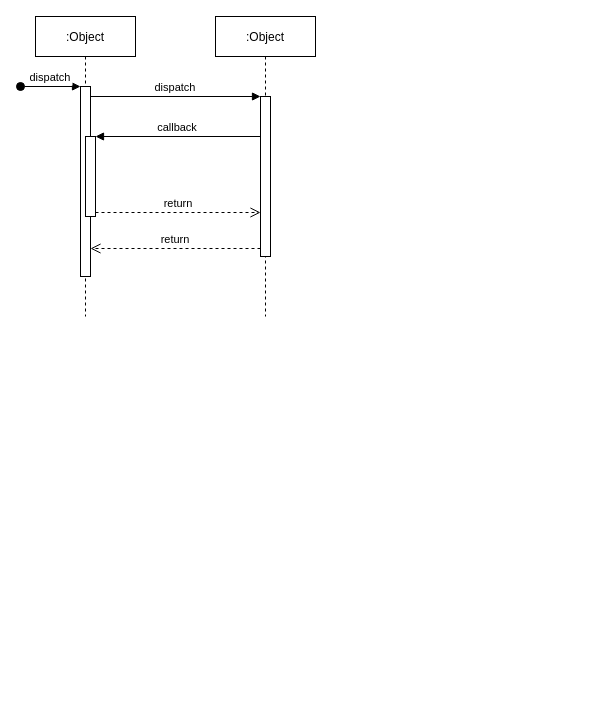
tvthieu/testmerge keeps this draw.io diagram as Untitled Diagram.drawio. Above is the earlier version. Source tidied: cells renumbered, new cells numbered last; positions are measured from the earlier drawing's top-left corner, leaving out a move shared by most shapes. Both pictures are drawn from the tidied source at 100%, with x=0, y=0 at pixel (20, 16).
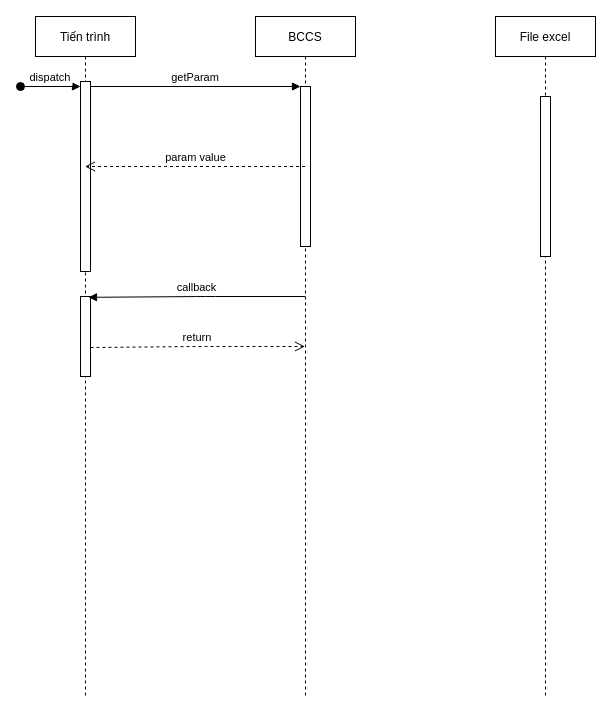
Above is the later version.

Diff of the diagram source:
```diff
@@
 <mxGraphModel>
   <root>
     <mxCell id="0" />
     <mxCell id="1" parent="0" />
-    <mxCell id="2" value=":Object" style="shape=umlLifeline;perimeter=lifelinePerimeter;rounded=0;shadow=0;strokeWidth=1;" parent="1" vertex="1">
-      <mxGeometry x="15" width="100" height="300" as="geometry" />
+    <mxCell id="2" value="Tiến trình" style="shape=umlLifeline;perimeter=lifelinePerimeter;rounded=0;shadow=0;strokeWidth=1;" parent="1" vertex="1">
+      <mxGeometry x="15" width="100" height="680" as="geometry" />
     </mxCell>
     <mxCell id="3" style="points=[];perimeter=orthogonalPerimeter;rounded=0;shadow=0;strokeWidth=1;" parent="2" vertex="1">
-      <mxGeometry x="45" y="70" width="10" height="190" as="geometry" />
+      <mxGeometry x="45" y="65" width="10" height="190" as="geometry" />
     </mxCell>
     <mxCell id="4" value="dispatch" style="verticalAlign=bottom;startArrow=oval;endArrow=block;startSize=8;shadow=0;strokeWidth=1;" parent="2" edge="1" target="3">
       <mxGeometry relative="1" as="geometry">
         <mxPoint x="-15" y="70" as="sourcePoint" />
       </mxGeometry>
     </mxCell>
     <mxCell id="5" style="points=[];perimeter=orthogonalPerimeter;rounded=0;shadow=0;strokeWidth=1;" parent="2" vertex="1">
-      <mxGeometry x="50" y="120" width="10" height="80" as="geometry" />
+      <mxGeometry x="45" y="280" width="10" height="80" as="geometry" />
     </mxCell>
-    <mxCell id="6" value=":Object" style="shape=umlLifeline;perimeter=lifelinePerimeter;rounded=0;shadow=0;strokeWidth=1;" parent="1" vertex="1">
-      <mxGeometry x="195" width="100" height="300" as="geometry" />
+    <mxCell id="6" value="BCCS" style="shape=umlLifeline;perimeter=lifelinePerimeter;rounded=0;shadow=0;strokeWidth=1;" parent="1" vertex="1">
+      <mxGeometry x="235" width="100" height="680" as="geometry" />
     </mxCell>
     <mxCell id="7" style="points=[];perimeter=orthogonalPerimeter;rounded=0;shadow=0;strokeWidth=1;" parent="6" vertex="1">
-      <mxGeometry x="45" y="80" width="10" height="160" as="geometry" />
+      <mxGeometry x="45" y="70" width="10" height="160" as="geometry" />
     </mxCell>
-    <mxCell id="8" value="return" style="verticalAlign=bottom;endArrow=open;dashed=1;endSize=8;exitX=0;exitY=0.95;shadow=0;strokeWidth=1;" parent="1" edge="1" source="7" target="3">
-      <mxGeometry relative="1" as="geometry" />
+    <mxCell id="8" value="param value" style="verticalAlign=bottom;endArrow=open;dashed=1;endSize=8;shadow=0;strokeWidth=1;" parent="1" edge="1" source="6" target="2">
+      <mxGeometry x="-0.01" relative="1" as="geometry">
+        <Array as="points">
+          <mxPoint x="155" y="150" />
+        </Array>
+      </mxGeometry>
     </mxCell>
-    <mxCell id="9" value="dispatch" style="verticalAlign=bottom;endArrow=block;entryX=0;entryY=0;shadow=0;strokeWidth=1;" parent="1" edge="1" source="3" target="7">
+    <mxCell id="9" value="getParam" style="verticalAlign=bottom;endArrow=block;entryX=0;entryY=0;shadow=0;strokeWidth=1;" parent="1" edge="1" source="3" target="7">
       <mxGeometry relative="1" as="geometry" />
     </mxCell>
-    <mxCell id="10" value="callback" style="verticalAlign=bottom;endArrow=block;entryX=1;entryY=0;shadow=0;strokeWidth=1;" parent="1" edge="1" source="7" target="5">
-      <mxGeometry relative="1" as="geometry" />
+    <mxCell id="10" value="callback" style="verticalAlign=bottom;endArrow=block;entryX=0.53;entryY=0.413;shadow=0;strokeWidth=1;entryDx=0;entryDy=0;entryPerimeter=0;" parent="1" edge="1" source="6" target="2">
+      <mxGeometry relative="1" as="geometry">
+        <Array as="points">
+          <mxPoint x="185" y="280" />
+        </Array>
+      </mxGeometry>
     </mxCell>
-    <mxCell id="11" value="return" style="verticalAlign=bottom;endArrow=open;dashed=1;endSize=8;exitX=1;exitY=0.95;shadow=0;strokeWidth=1;" parent="1" edge="1" source="5" target="7">
-      <mxGeometry relative="1" as="geometry" />
+    <mxCell id="11" value="return" style="verticalAlign=bottom;endArrow=open;dashed=1;endSize=8;exitX=1;exitY=0.638;shadow=0;strokeWidth=1;exitDx=0;exitDy=0;exitPerimeter=0;" parent="1" edge="1" source="5" target="6">
+      <mxGeometry relative="1" as="geometry">
+        <Array as="points">
+          <mxPoint x="175" y="330" />
+        </Array>
+      </mxGeometry>
     </mxCell>
+    <mxCell id="12" value="File excel" style="shape=umlLifeline;perimeter=lifelinePerimeter;rounded=0;shadow=0;strokeWidth=1;" parent="1" vertex="1">
+      <mxGeometry x="475" width="100" height="680" as="geometry" />
+    </mxCell>
+    <mxCell id="13" style="perimeter=orthogonalPerimeter;rounded=0;shadow=0;strokeWidth=1;" parent="12" vertex="1">
+      <mxGeometry x="45" y="80" width="10" height="160" as="geometry" />
+    </mxCell>
   </root>
 </mxGraphModel>
```
